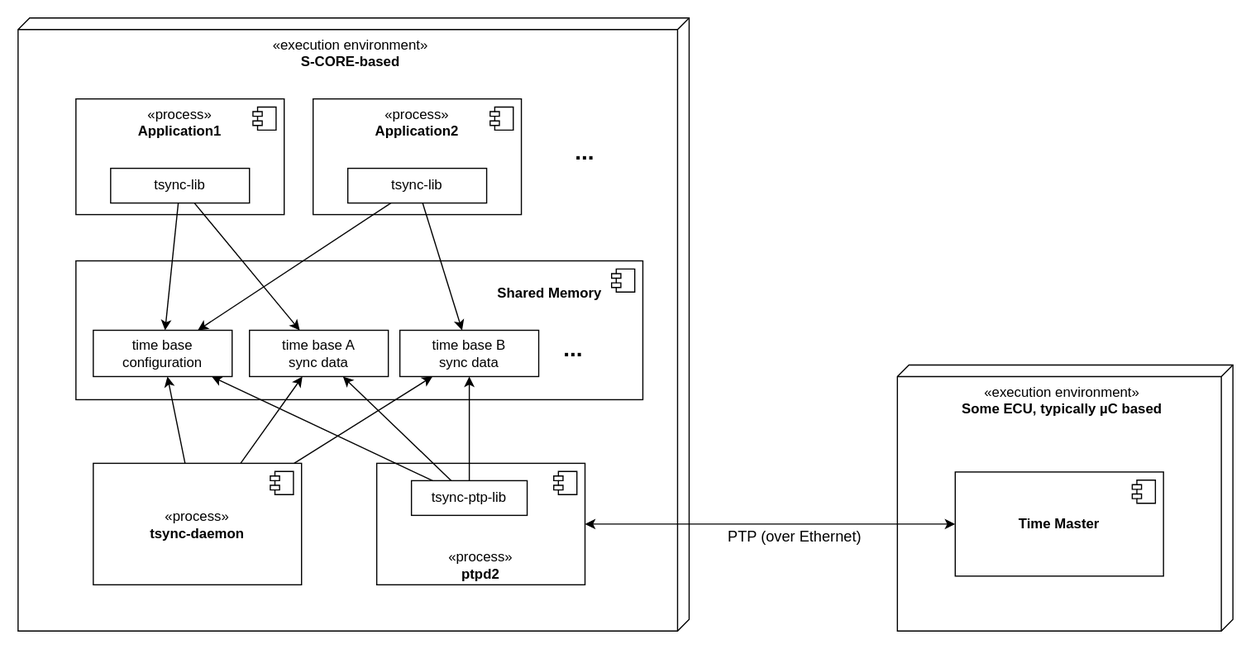
Above: docs/deployment.drawio.svg in eclipse-score/time (draw.io), before the change. Source tidied: cells renumbered, new cells last; positions are measured from the earlier drawing's top-left corner, leaving out a move shared by most shapes.
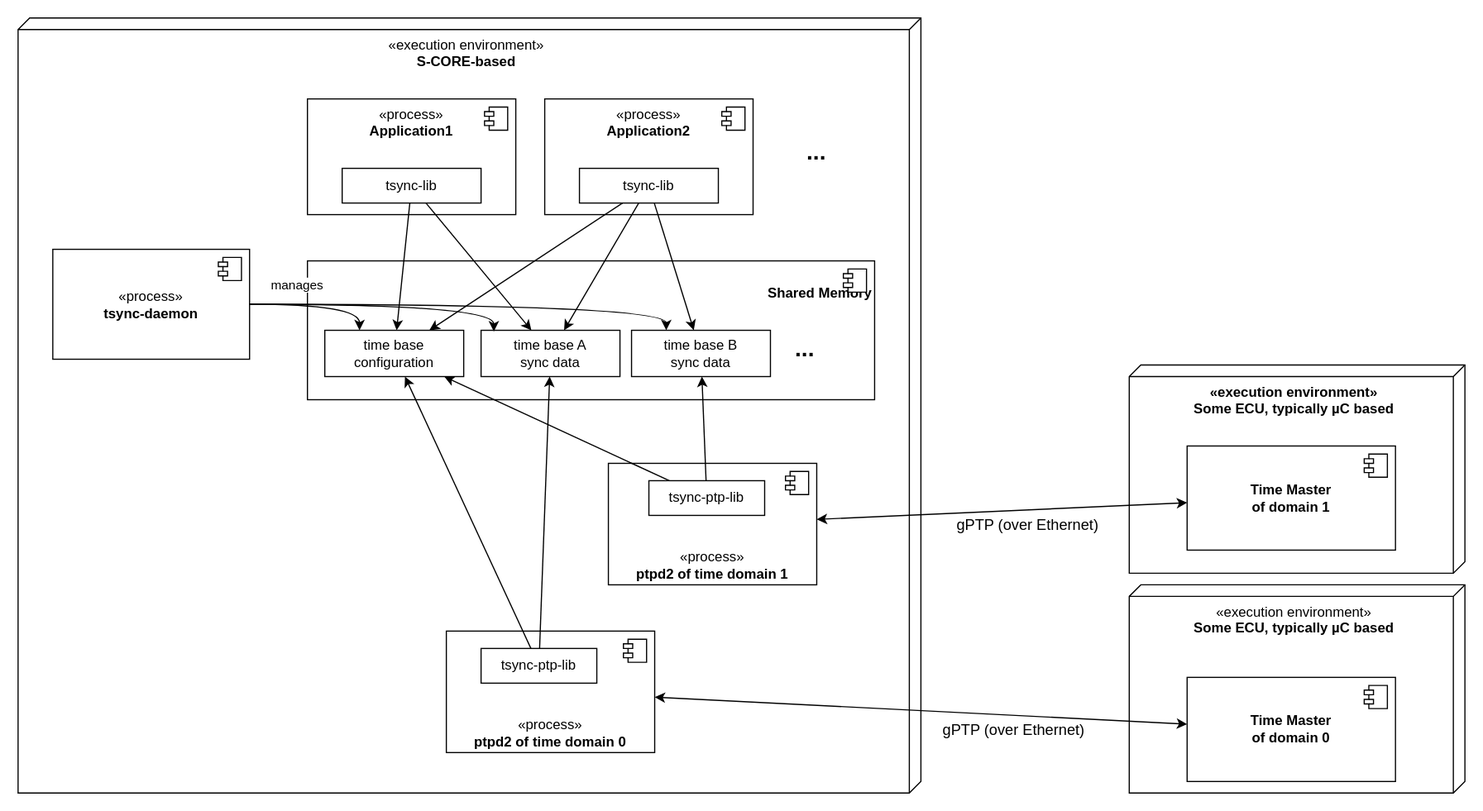
After the change.

Diff of the diagram source:
```diff
@@ -3,7 +3,7 @@
     <mxCell id="0" />
     <mxCell id="1" parent="0" />
     <mxCell id="2" value="&lt;span style=&quot;&quot;&gt;«execution environment»&lt;/span&gt;&lt;br style=&quot;&quot;&gt;&lt;b style=&quot;&quot;&gt;S-CORE-based&lt;/b&gt;" style="verticalAlign=top;align=center;shape=cube;size=10;direction=south;fontStyle=0;html=1;boundedLbl=1;spacingLeft=5;whiteSpace=wrap;" parent="1" vertex="1">
-      <mxGeometry width="580" height="530" as="geometry" />
+      <mxGeometry x="-200" width="780" height="670" as="geometry" />
     </mxCell>
     <mxCell id="3" value="«process»&lt;br&gt;&lt;b&gt;Application1&lt;/b&gt;" style="html=1;whiteSpace=wrap;verticalAlign=top;" parent="1" vertex="1">
       <mxGeometry x="50" y="70" width="180" height="100" as="geometry" />
@@ -30,14 +30,14 @@
       </mxGeometry>
     </mxCell>
     <mxCell id="9" value="«process»&lt;br&gt;&lt;b&gt;tsync-daemon&lt;/b&gt;" style="html=1;whiteSpace=wrap;" parent="1" vertex="1">
-      <mxGeometry x="65" y="385" width="180" height="105" as="geometry" />
+      <mxGeometry x="-170" y="200" width="170" height="95" as="geometry" />
     </mxCell>
     <mxCell id="10" style="shape=module;jettyWidth=8;jettyHeight=4;" parent="9" vertex="1">
       <mxGeometry x="1" width="20" height="20" relative="1" as="geometry">
         <mxPoint x="-27" y="7" as="offset" />
       </mxGeometry>
     </mxCell>
-    <mxCell id="11" value="«process»&lt;br&gt;&lt;b&gt;ptpd2&lt;/b&gt;" style="html=1;whiteSpace=wrap;verticalAlign=bottom;" parent="1" vertex="1">
+    <mxCell id="11" value="«process»&lt;br&gt;&lt;b&gt;ptpd2 of time domain 1&lt;/b&gt;" style="html=1;whiteSpace=wrap;verticalAlign=bottom;" parent="1" vertex="1">
       <mxGeometry x="310" y="385" width="180" height="105" as="geometry" />
     </mxCell>
     <mxCell id="12" style="shape=module;jettyWidth=8;jettyHeight=4;" parent="11" vertex="1">
@@ -60,11 +60,11 @@
     <mxCell id="17" value="&lt;b&gt;&lt;font style=&quot;font-size: 20px;&quot;&gt;...&lt;/font&gt;&lt;/b&gt;" style="text;html=1;whiteSpace=wrap;strokeColor=none;fillColor=none;align=center;verticalAlign=middle;rounded=0;" parent="1" vertex="1">
       <mxGeometry x="470" y="100" width="40" height="30" as="geometry" />
     </mxCell>
-    <mxCell id="18" value="&lt;span style=&quot;&quot;&gt;«execution environment»&lt;/span&gt;&lt;br style=&quot;&quot;&gt;&lt;div style=&quot;&quot;&gt;&lt;span style=&quot;background-color: transparent; color: light-dark(rgb(0, 0, 0), rgb(255, 255, 255));&quot;&gt;&lt;b&gt;Some ECU, typically µC based&lt;/b&gt;&lt;/span&gt;&lt;/div&gt;" style="verticalAlign=top;align=center;shape=cube;size=10;direction=south;fontStyle=0;html=1;boundedLbl=1;spacingLeft=5;whiteSpace=wrap;" parent="1" vertex="1">
-      <mxGeometry x="760" y="300" width="290" height="230" as="geometry" />
+    <mxCell id="18" value="&lt;span style=&quot;&quot;&gt;«execution environment»&lt;/span&gt;&lt;br style=&quot;&quot;&gt;&lt;div style=&quot;&quot;&gt;&lt;span style=&quot;background-color: transparent; color: light-dark(rgb(0, 0, 0), rgb(255, 255, 255));&quot;&gt;&lt;span&gt;Some ECU, typically µC based&lt;/span&gt;&lt;/span&gt;&lt;/div&gt;" style="verticalAlign=top;align=center;shape=cube;size=10;direction=south;fontStyle=1;html=1;boundedLbl=1;spacingLeft=5;whiteSpace=wrap;" parent="1" vertex="1">
+      <mxGeometry x="760" y="300" width="290" height="180" as="geometry" />
     </mxCell>
-    <mxCell id="19" value="&lt;b&gt;Time Master&lt;/b&gt;" style="html=1;whiteSpace=wrap;" parent="1" vertex="1">
-      <mxGeometry x="810" y="392.5" width="180" height="90" as="geometry" />
+    <mxCell id="19" value="&lt;span&gt;Time Master&lt;br&gt;of domain 1&lt;/span&gt;" style="html=1;whiteSpace=wrap;fontStyle=1;" parent="1" vertex="1">
+      <mxGeometry x="810" y="370" width="180" height="90" as="geometry" />
     </mxCell>
     <mxCell id="20" style="shape=module;jettyWidth=8;jettyHeight=4;" parent="19" vertex="1">
       <mxGeometry x="1" width="20" height="20" relative="1" as="geometry">
@@ -74,7 +74,7 @@
     <mxCell id="21" style="endArrow=classic;startArrow=classic;html=1;rounded=0;" parent="1" edge="1" source="11" target="19">
       <mxGeometry relative="1" as="geometry" />
     </mxCell>
-    <mxCell id="22" value="&lt;font style=&quot;font-size: 13px;&quot;&gt;PTP (over Ethernet)&lt;/font&gt;" style="edgeLabel;html=1;align=center;verticalAlign=middle;" parent="21" vertex="1">
+    <mxCell id="22" value="&lt;font style=&quot;font-size: 13px;&quot;&gt;gPTP (over Ethernet)&lt;/font&gt;" style="edgeLabel;html=1;align=center;verticalAlign=middle;" parent="21" vertex="1">
       <mxGeometry x="-0.13" y="-4" relative="1" as="geometry">
         <mxPoint x="42" y="6" as="offset" />
       </mxGeometry>
@@ -82,9 +82,6 @@
     <mxCell id="23" style="endArrow=classic;html=1;rounded=0;" parent="1" edge="1" source="32" target="15">
       <mxGeometry relative="1" as="geometry" />
     </mxCell>
-    <mxCell id="24" style="endArrow=classic;html=1;rounded=0;" parent="1" edge="1" source="32" target="14">
-      <mxGeometry relative="1" as="geometry" />
-    </mxCell>
     <mxCell id="25" style="endArrow=classic;html=1;rounded=0;" parent="1" edge="1" source="32" target="13">
       <mxGeometry relative="1" as="geometry" />
     </mxCell>
@@ -107,16 +104,60 @@
       <mxGeometry x="285" y="130" width="120" height="30" as="geometry" />
     </mxCell>
     <mxCell id="32" value="tsync-ptp-lib" style="fontStyle=0;html=1;whiteSpace=wrap;" parent="1" vertex="1">
-      <mxGeometry x="340" y="400" width="100" height="30" as="geometry" />
+      <mxGeometry x="345" y="400" width="100" height="30" as="geometry" />
     </mxCell>
-    <mxCell id="33" style="endArrow=classic;html=1;rounded=0;" parent="1" edge="1" source="9" target="13">
+    <mxCell id="33" style="endArrow=classic;html=1;rounded=0;exitX=1;exitY=0.5;exitDx=0;exitDy=0;entryX=0.25;entryY=0;entryDx=0;entryDy=0;edgeStyle=orthogonalEdgeStyle;curved=1;" parent="1" edge="1" source="9" target="13">
       <mxGeometry relative="1" as="geometry" />
     </mxCell>
-    <mxCell id="34" style="endArrow=classic;html=1;rounded=0;" parent="1" edge="1" source="9" target="14">
+    <mxCell id="34" style="endArrow=classic;html=1;rounded=0;edgeStyle=orthogonalEdgeStyle;elbow=vertical;entryX=0.092;entryY=0.025;entryDx=0;entryDy=0;exitX=1;exitY=0.5;exitDx=0;exitDy=0;curved=1;entryPerimeter=0;" parent="1" edge="1" source="9" target="14">
       <mxGeometry relative="1" as="geometry" />
     </mxCell>
-    <mxCell id="35" style="endArrow=classic;html=1;rounded=0;" parent="1" edge="1" source="9" target="15">
+    <mxCell id="35" style="endArrow=classic;html=1;rounded=0;edgeStyle=orthogonalEdgeStyle;curved=1;entryX=0.25;entryY=0;entryDx=0;entryDy=0;exitX=1;exitY=0.5;exitDx=0;exitDy=0;" parent="1" edge="1" source="9" target="15">
       <mxGeometry relative="1" as="geometry" />
     </mxCell>
+    <mxCell id="36" value="manages" style="edgeLabel;html=1;align=center;verticalAlign=middle;" parent="35" vertex="1">
+      <mxGeometry x="-0.79" y="-1" relative="1" as="geometry">
+        <mxPoint x="-1" y="-18" as="offset" />
+      </mxGeometry>
+    </mxCell>
+    <mxCell id="37" value="«process»&lt;br&gt;&lt;b&gt;ptpd2 of time domain 0&lt;/b&gt;" style="html=1;whiteSpace=wrap;verticalAlign=bottom;" parent="1" vertex="1">
+      <mxGeometry x="170" y="530" width="180" height="105" as="geometry" />
+    </mxCell>
+    <mxCell id="38" style="shape=module;jettyWidth=8;jettyHeight=4;" parent="37" vertex="1">
+      <mxGeometry x="1" width="20" height="20" relative="1" as="geometry">
+        <mxPoint x="-27" y="7" as="offset" />
+      </mxGeometry>
+    </mxCell>
+    <mxCell id="39" value="tsync-ptp-lib" style="fontStyle=0;html=1;whiteSpace=wrap;" parent="1" vertex="1">
+      <mxGeometry x="200" y="545" width="100" height="30" as="geometry" />
+    </mxCell>
+    <mxCell id="40" style="endArrow=classic;html=1;rounded=0;" parent="1" edge="1" source="39" target="13">
+      <mxGeometry relative="1" as="geometry" />
+    </mxCell>
+    <mxCell id="41" style="endArrow=classic;html=1;rounded=0;" parent="1" edge="1" source="39" target="14">
+      <mxGeometry relative="1" as="geometry" />
+    </mxCell>
+    <mxCell id="42" value="&lt;span style=&quot;&quot;&gt;«execution environment»&lt;/span&gt;&lt;br style=&quot;&quot;&gt;&lt;div style=&quot;&quot;&gt;&lt;span style=&quot;background-color: transparent; color: light-dark(rgb(0, 0, 0), rgb(255, 255, 255));&quot;&gt;&lt;b&gt;Some ECU, typically µC based&lt;/b&gt;&lt;/span&gt;&lt;/div&gt;" style="verticalAlign=top;align=center;shape=cube;size=10;direction=south;fontStyle=0;html=1;boundedLbl=1;spacingLeft=5;whiteSpace=wrap;" parent="1" vertex="1">
+      <mxGeometry x="760" y="490" width="290" height="180" as="geometry" />
+    </mxCell>
+    <mxCell id="43" value="&lt;b&gt;Time Master&lt;/b&gt;&lt;div&gt;&lt;b&gt;of domain 0&lt;/b&gt;&lt;/div&gt;" style="html=1;whiteSpace=wrap;" parent="1" vertex="1">
+      <mxGeometry x="810" y="570" width="180" height="90" as="geometry" />
+    </mxCell>
+    <mxCell id="44" style="shape=module;jettyWidth=8;jettyHeight=4;" parent="43" vertex="1">
+      <mxGeometry x="1" width="20" height="20" relative="1" as="geometry">
+        <mxPoint x="-27" y="7" as="offset" />
+      </mxGeometry>
+    </mxCell>
+    <mxCell id="45" style="endArrow=classic;startArrow=classic;html=1;rounded=0;" parent="1" edge="1" source="37" target="43">
+      <mxGeometry relative="1" as="geometry" />
+    </mxCell>
+    <mxCell id="46" value="&lt;font style=&quot;font-size: 13px;&quot;&gt;gPTP (over Ethernet)&lt;/font&gt;" style="edgeLabel;html=1;align=center;verticalAlign=middle;" parent="45" vertex="1">
+      <mxGeometry x="-0.13" y="-4" relative="1" as="geometry">
+        <mxPoint x="111" y="13" as="offset" />
+      </mxGeometry>
+    </mxCell>
+    <mxCell id="47" style="endArrow=classic;html=1;rounded=0;" parent="1" edge="1" source="31" target="14">
+      <mxGeometry relative="1" as="geometry" />
+    </mxCell>
   </root>
 </mxGraphModel>
```
